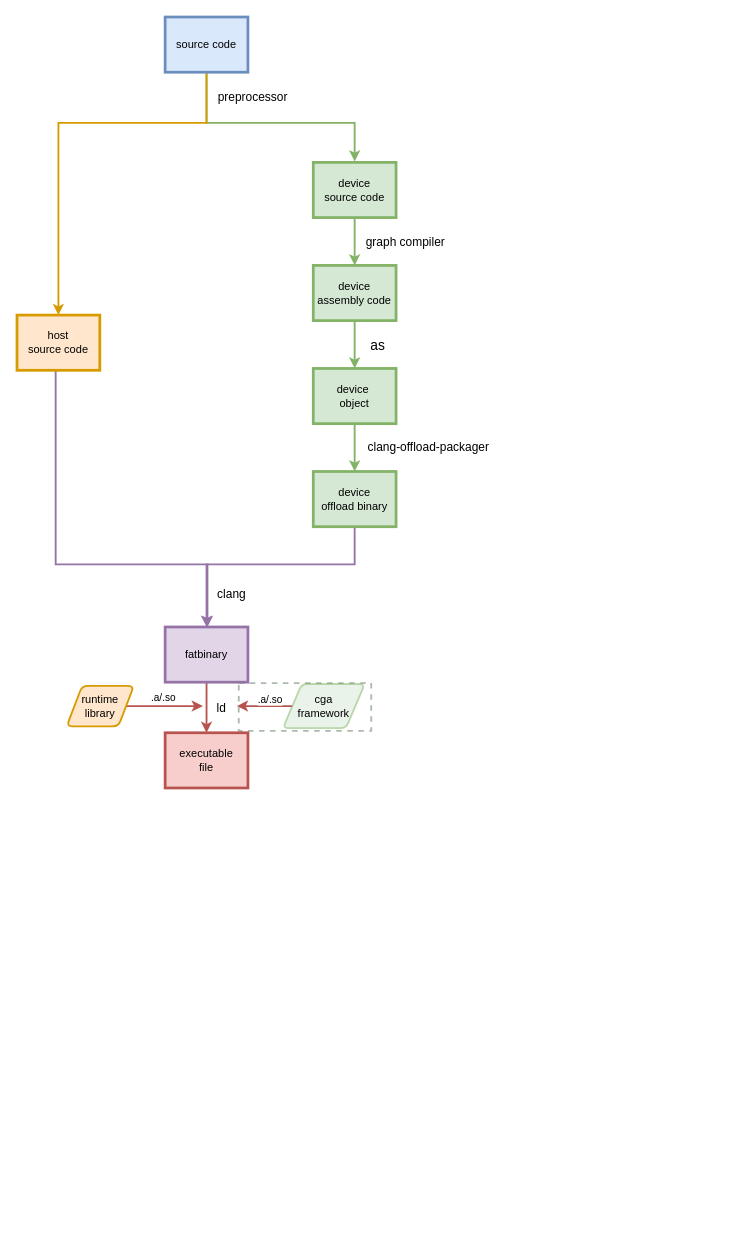
The draw.io diagram graph-computing.drawio in gaohongy/drawio, before the edit. Source tidied: cells renumbered, new cells numbered last; positions are measured from the earlier drawing's top-left corner, leaving out a move shared by most shapes. Both pictures are drawn from the tidied source at 92%, with x=0, y=0 at pixel (17, 17).
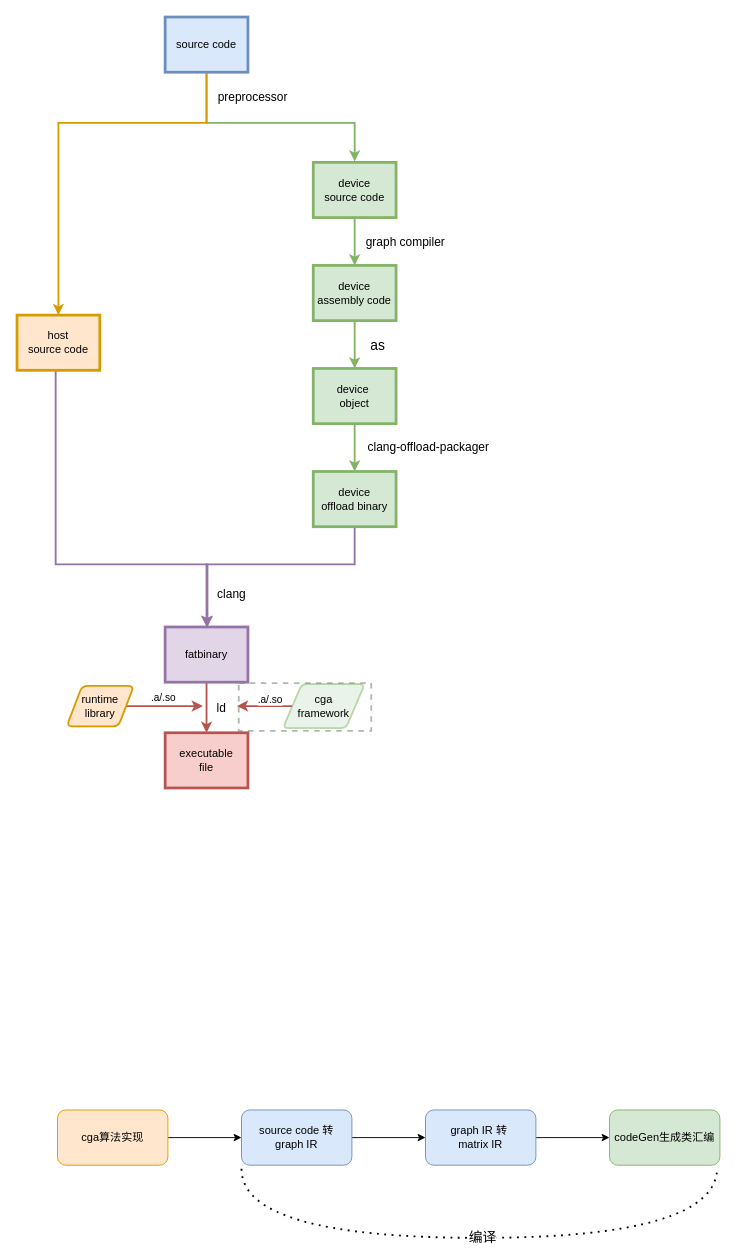
After the change.

Change to the diagram source:
```diff
@@
+    <mxCell id="31" style="edgeStyle=orthogonalEdgeStyle;rounded=0;jettySize=auto;html=1;" parent="1" edge="1" source="32" target="34">
+      <mxGeometry relative="1" as="geometry" />
+    </mxCell>
+    <mxCell id="32" value="cga算法实现" style="rounded=1;whiteSpace=wrap;html=1;fillColor=#ffe6cc;strokeColor=#d79b00;" parent="1" vertex="1">
+      <mxGeometry x="44" y="1188" width="120" height="60" as="geometry" />
+    </mxCell>
+    <mxCell id="33" style="edgeStyle=orthogonalEdgeStyle;rounded=0;jettySize=auto;html=1;" parent="1" edge="1" source="34" target="36">
+      <mxGeometry relative="1" as="geometry" />
+    </mxCell>
+    <mxCell id="34" value="source code 转 &lt;br&gt;graph IR" style="rounded=1;whiteSpace=wrap;html=1;fillColor=#dae8fc;strokeColor=#6c8ebf;" parent="1" vertex="1">
+      <mxGeometry x="244" y="1188" width="120" height="60" as="geometry" />
+    </mxCell>
+    <mxCell id="35" style="edgeStyle=orthogonalEdgeStyle;rounded=0;jettySize=auto;html=1;" parent="1" edge="1" source="36" target="37">
+      <mxGeometry relative="1" as="geometry" />
+    </mxCell>
+    <mxCell id="36" value="graph IR 转&amp;nbsp;&lt;br&gt;matrix IR" style="rounded=1;whiteSpace=wrap;html=1;fillColor=#dae8fc;strokeColor=#6c8ebf;" parent="1" vertex="1">
+      <mxGeometry x="444" y="1188" width="120" height="60" as="geometry" />
+    </mxCell>
+    <mxCell id="37" value="codeGen生成类汇编" style="whiteSpace=wrap;html=1;rounded=1;fillColor=#d5e8d4;strokeColor=#82b366;" parent="1" vertex="1">
+      <mxGeometry x="644" y="1188" width="120" height="60" as="geometry" />
+    </mxCell>
+    <mxCell id="38" style="endArrow=none;dashed=1;html=1;dashPattern=1 3;strokeWidth=2;rounded=0;edgeStyle=orthogonalEdgeStyle;curved=1;" parent="1" edge="1">
+      <mxGeometry relative="1" as="geometry">
+        <mxPoint x="244" y="1252" as="sourcePoint" />
+        <mxPoint x="761" y="1250" as="targetPoint" />
+        <Array as="points">
+          <mxPoint x="244" y="1327" />
+          <mxPoint x="762" y="1327" />
+        </Array>
+      </mxGeometry>
+    </mxCell>
+    <mxCell id="39" value="编译" style="edgeLabel;html=1;align=center;verticalAlign=middle;fontSize=15;" parent="38" vertex="1">
+      <mxGeometry x="0.03" y="2" relative="1" as="geometry">
+        <mxPoint x="-9" as="offset" />
+      </mxGeometry>
+    </mxCell>
```
